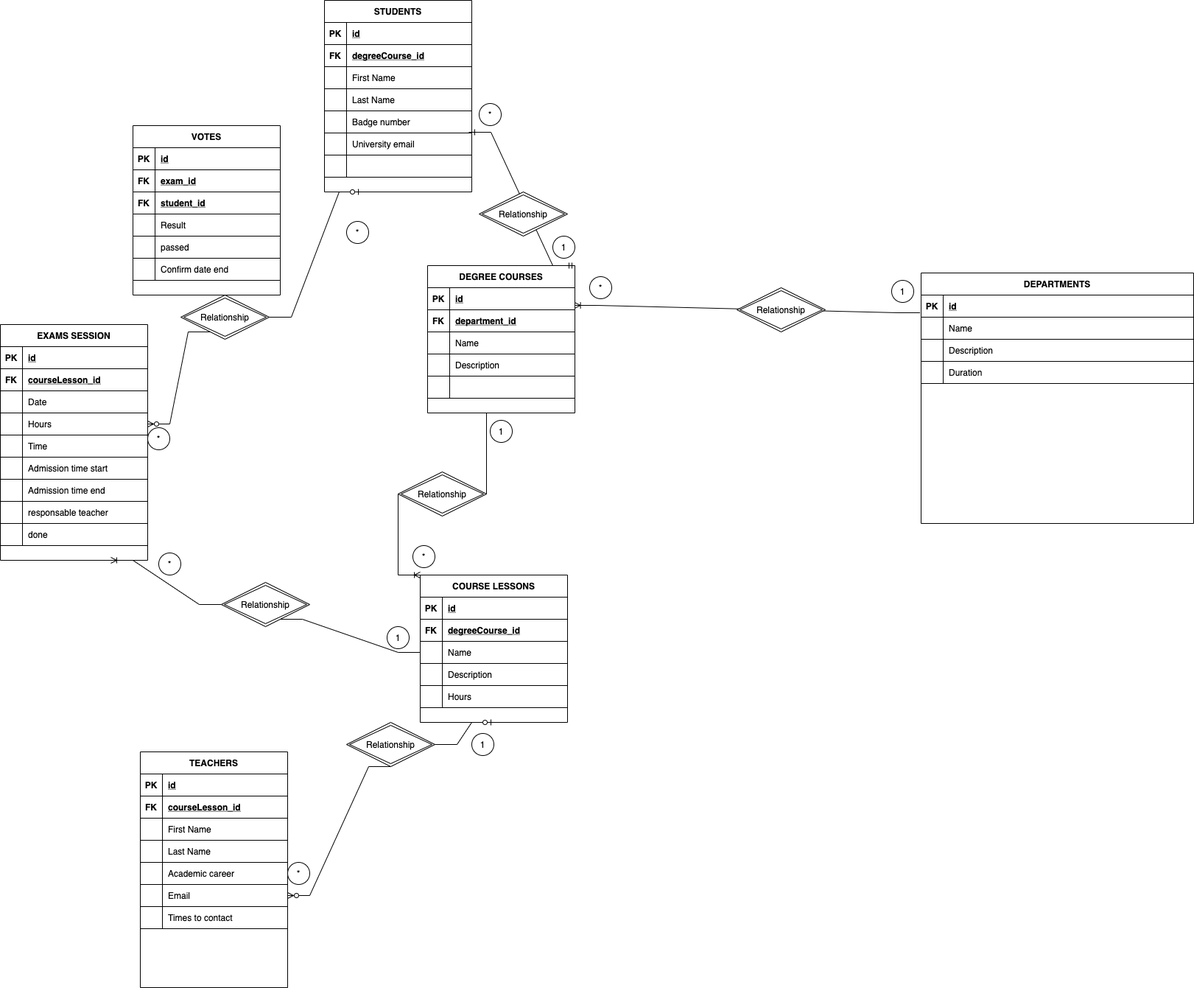
The draw.io diagram Untitled Diagram.drawio.png in Daniele-Simonetti/db-university, before a commit. Source tidied: cells renumbered, new cells last; positions are measured from the earlier drawing's top-left corner, leaving out a move shared by most shapes.
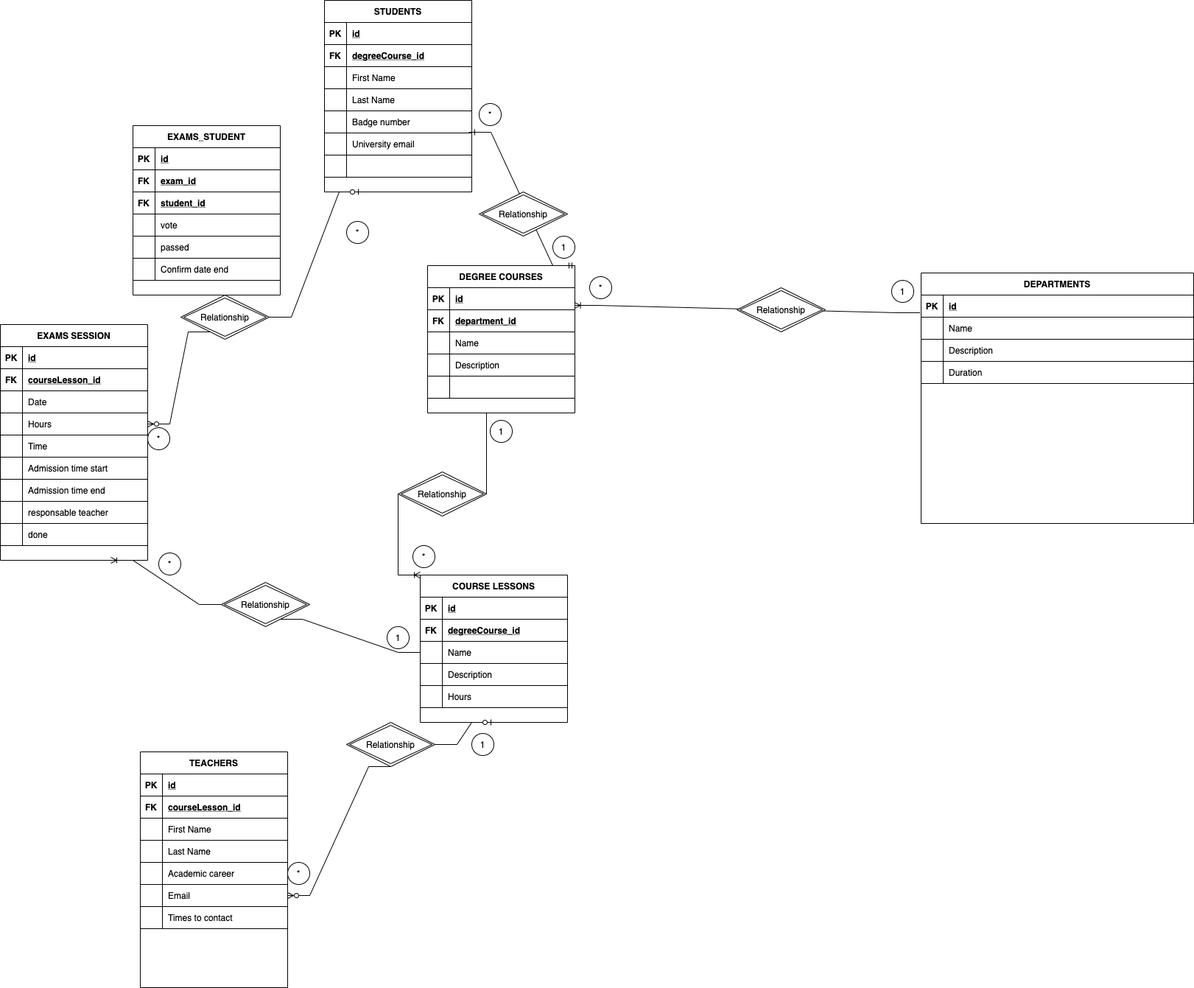
The same diagram one commit later.

What changed in the source:
```diff
@@ -353,7 +353,7 @@
     <mxCell id="118" style="shape=partialRectangle;fillColor=none;top=0;left=0;bottom=0;right=0;align=left;spacingLeft=6;overflow=hidden;" parent="116" vertex="1">
       <mxGeometry x="30" width="170" height="30" as="geometry" />
     </mxCell>
-    <mxCell id="119" value="VOTES" style="shape=table;startSize=30;rowLines=0;fontStyle=1;align=center;" parent="1" vertex="1">
+    <mxCell id="119" value="EXAMS_STUDENT" style="shape=table;startSize=30;rowLines=0;fontStyle=1;align=center;" parent="1" vertex="1">
       <mxGeometry x="180" y="170" width="200" height="230" as="geometry" />
     </mxCell>
     <mxCell id="120" style="shape=tableRow;horizontal=0;startSize=0;swimlaneHead=0;swimlaneBody=0;fillColor=none;top=0;left=0;right=0;bottom=1;" parent="119" vertex="1">
@@ -389,7 +389,7 @@
     <mxCell id="130" style="shape=partialRectangle;fillColor=none;top=0;left=0;bottom=0;right=0;overflow=hidden;" parent="129" vertex="1">
       <mxGeometry width="30" height="30" as="geometry" />
     </mxCell>
-    <mxCell id="131" value="Result" style="shape=partialRectangle;fillColor=none;top=0;left=0;bottom=0;right=0;align=left;spacingLeft=6;overflow=hidden;" parent="129" vertex="1">
+    <mxCell id="131" value="vote" style="shape=partialRectangle;fillColor=none;top=0;left=0;bottom=0;right=0;align=left;spacingLeft=6;overflow=hidden;" parent="129" vertex="1">
       <mxGeometry x="30" width="170" height="30" as="geometry" />
     </mxCell>
     <mxCell id="132" style="shape=tableRow;horizontal=0;startSize=0;swimlaneHead=0;swimlaneBody=0;fillColor=none;top=0;left=0;right=0;bottom=0;" parent="119" vertex="1">
```
